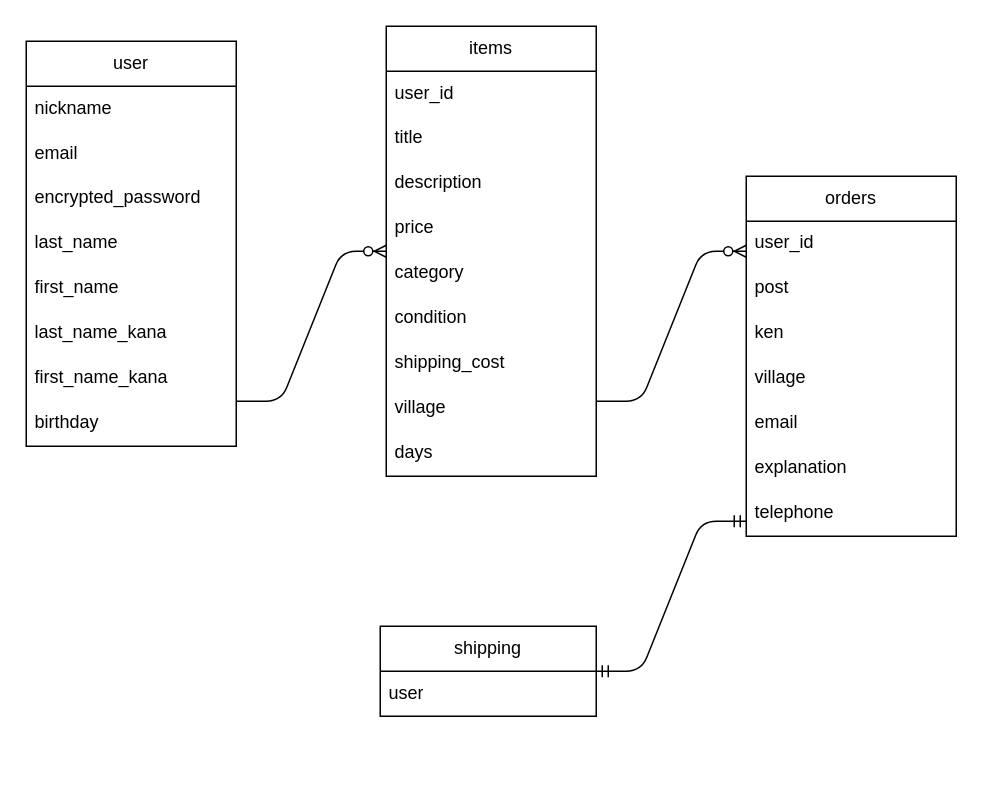
This is furima.dio from 20230824/furima-39867, a draw.io file, before an edit. Source tidied: cells renumbered, new cells numbered last; positions are measured from the earlier drawing's top-left corner, leaving out a move shared by most shapes. Both pictures are drawn from the tidied source at 150%, with x=0, y=0 at pixel (26, 26).
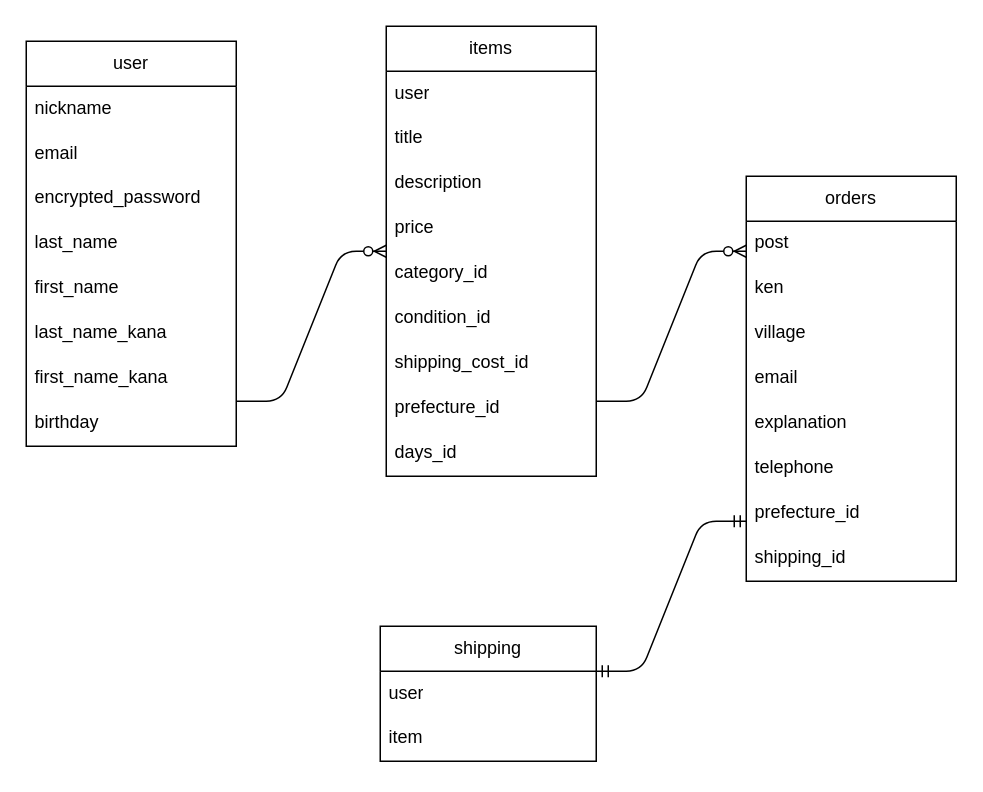
The same diagram, later.

Commit message (it also covers changes not shown here):
データベース設計、修正

The change refers to these unchanged cells:
```xml
<mxCell id="13" value="items" style="swimlane;fontStyle=0;horizontal=1;startSize=30;whiteSpace=wrap;html=1;" parent="1" vertex="1">
  <mxGeometry x="240" width="140" height="300" as="geometry" />
</mxCell>
```

The edit, as a diff of the source:
```diff
@@
     <mxCell id="11" value="shipping" style="swimlane;fontStyle=0;horizontal=1;startSize=30;whiteSpace=wrap;html=1;" parent="1" vertex="1">
-      <mxGeometry x="236" y="400" width="144" height="60" as="geometry" />
+      <mxGeometry x="236" y="400" width="144" height="90" as="geometry" />
     </mxCell>
@@
+    <mxCell id="34" value="item" style="text;strokeColor=none;fillColor=none;spacingLeft=4;spacingRight=4;overflow=hidden;fontSize=12;" parent="11" vertex="1">
+      <mxGeometry y="60" width="144" height="30" as="geometry" />
+    </mxCell>
@@
-    <mxCell id="14" value="user_id" style="text;strokeColor=none;fillColor=none;align=left;verticalAlign=middle;spacingLeft=4;spacingRight=4;overflow=hidden;whiteSpace=wrap;html=1;" parent="13" vertex="1">
+    <mxCell id="14" value="user" style="text;strokeColor=none;fillColor=none;align=left;verticalAlign=middle;spacingLeft=4;spacingRight=4;overflow=hidden;whiteSpace=wrap;html=1;" parent="13" vertex="1">
       <mxGeometry y="30" width="140" height="30" as="geometry" />
     </mxCell>
@@
-    <mxCell id="18" value="category " style="text;strokeColor=none;fillColor=none;spacingLeft=4;spacingRight=4;overflow=hidden;fontSize=12;" parent="13" vertex="1">
+    <mxCell id="18" value="category_id" style="text;strokeColor=none;fillColor=none;spacingLeft=4;spacingRight=4;overflow=hidden;fontSize=12;" parent="13" vertex="1">
       <mxGeometry y="150" width="140" height="30" as="geometry" />
     </mxCell>
-    <mxCell id="19" value="condition" style="text;strokeColor=none;fillColor=none;spacingLeft=4;spacingRight=4;overflow=hidden;fontSize=12;" parent="13" vertex="1">
+    <mxCell id="19" value="condition_id" style="text;strokeColor=none;fillColor=none;spacingLeft=4;spacingRight=4;overflow=hidden;fontSize=12;" parent="13" vertex="1">
       <mxGeometry y="180" width="140" height="30" as="geometry" />
     </mxCell>
-    <mxCell id="20" value="shipping_cost" style="text;strokeColor=none;fillColor=none;spacingLeft=4;spacingRight=4;overflow=hidden;fontSize=12;" parent="13" vertex="1">
+    <mxCell id="20" value="shipping_cost_id" style="text;strokeColor=none;fillColor=none;spacingLeft=4;spacingRight=4;overflow=hidden;fontSize=12;" parent="13" vertex="1">
       <mxGeometry y="210" width="140" height="30" as="geometry" />
     </mxCell>
-    <mxCell id="21" value="village" style="text;strokeColor=none;fillColor=none;spacingLeft=4;spacingRight=4;overflow=hidden;fontSize=12;" parent="13" vertex="1">
+    <mxCell id="21" value="prefecture_id" style="text;strokeColor=none;fillColor=none;spacingLeft=4;spacingRight=4;overflow=hidden;fontSize=12;" parent="13" vertex="1">
       <mxGeometry y="240" width="140" height="30" as="geometry" />
     </mxCell>
-    <mxCell id="22" value="days  " style="text;strokeColor=none;fillColor=none;spacingLeft=4;spacingRight=4;overflow=hidden;fontSize=12;" parent="13" vertex="1">
+    <mxCell id="22" value="days_id" style="text;strokeColor=none;fillColor=none;spacingLeft=4;spacingRight=4;overflow=hidden;fontSize=12;" parent="13" vertex="1">
       <mxGeometry y="270" width="140" height="30" as="geometry" />
     </mxCell>
     <mxCell id="23" value="orders" style="swimlane;fontStyle=0;horizontal=1;startSize=30;whiteSpace=wrap;html=1;" parent="1" vertex="1">
-      <mxGeometry x="480" y="100" width="140" height="240" as="geometry" />
+      <mxGeometry x="480" y="100" width="140" height="270" as="geometry" />
     </mxCell>
-    <mxCell id="24" value="user_id&#10;&#10;" style="text;strokeColor=none;fillColor=none;spacingLeft=4;spacingRight=4;overflow=hidden;fontSize=12;" parent="23" vertex="1">
-      <mxGeometry y="30" width="140" height="30" as="geometry" />
-    </mxCell>
     <mxCell id="25" value="post" style="text;strokeColor=none;fillColor=none;spacingLeft=4;spacingRight=4;overflow=hidden;fontSize=12;" parent="23" vertex="1">
-      <mxGeometry y="60" width="140" height="30" as="geometry" />
+      <mxGeometry y="30" width="140" height="30" as="geometry" />
     </mxCell>
     <mxCell id="26" value="ken " style="text;strokeColor=none;fillColor=none;spacingLeft=4;spacingRight=4;overflow=hidden;fontSize=12;" parent="23" vertex="1">
-      <mxGeometry y="90" width="140" height="30" as="geometry" />
+      <mxGeometry y="60" width="140" height="30" as="geometry" />
     </mxCell>
     <mxCell id="27" value="village" style="text;strokeColor=none;fillColor=none;spacingLeft=4;spacingRight=4;overflow=hidden;fontSize=12;" parent="23" vertex="1">
-      <mxGeometry y="120" width="140" height="30" as="geometry" />
+      <mxGeometry y="90" width="140" height="30" as="geometry" />
     </mxCell>
     <mxCell id="28" value="email" style="text;strokeColor=none;fillColor=none;spacingLeft=4;spacingRight=4;overflow=hidden;fontSize=12;" parent="23" vertex="1">
-      <mxGeometry y="150" width="140" height="30" as="geometry" />
+      <mxGeometry y="120" width="140" height="30" as="geometry" />
     </mxCell>
     <mxCell id="29" value="explanation" style="text;strokeColor=none;fillColor=none;spacingLeft=4;spacingRight=4;overflow=hidden;fontSize=12;" parent="23" vertex="1">
-      <mxGeometry y="180" width="140" height="30" as="geometry" />
+      <mxGeometry y="150" width="140" height="30" as="geometry" />
     </mxCell>
     <mxCell id="30" value="telephone" style="text;strokeColor=none;fillColor=none;spacingLeft=4;spacingRight=4;overflow=hidden;fontSize=12;" parent="23" vertex="1">
-      <mxGeometry y="210" width="140" height="30" as="geometry" />
+      <mxGeometry y="180" width="140" height="30" as="geometry" />
     </mxCell>
+    <mxCell id="35" value="prefecture_id" style="text;strokeColor=none;fillColor=none;spacingLeft=4;spacingRight=4;overflow=hidden;fontSize=12;" parent="23" vertex="1">
+      <mxGeometry y="210" width="140" height="30" as="geometry" />
+    </mxCell>
+    <mxCell id="36" value="shipping_id" style="text;strokeColor=none;fillColor=none;spacingLeft=4;spacingRight=4;overflow=hidden;fontSize=12;" parent="23" vertex="1">
+      <mxGeometry y="240" width="140" height="30" as="geometry" />
+    </mxCell>
```
